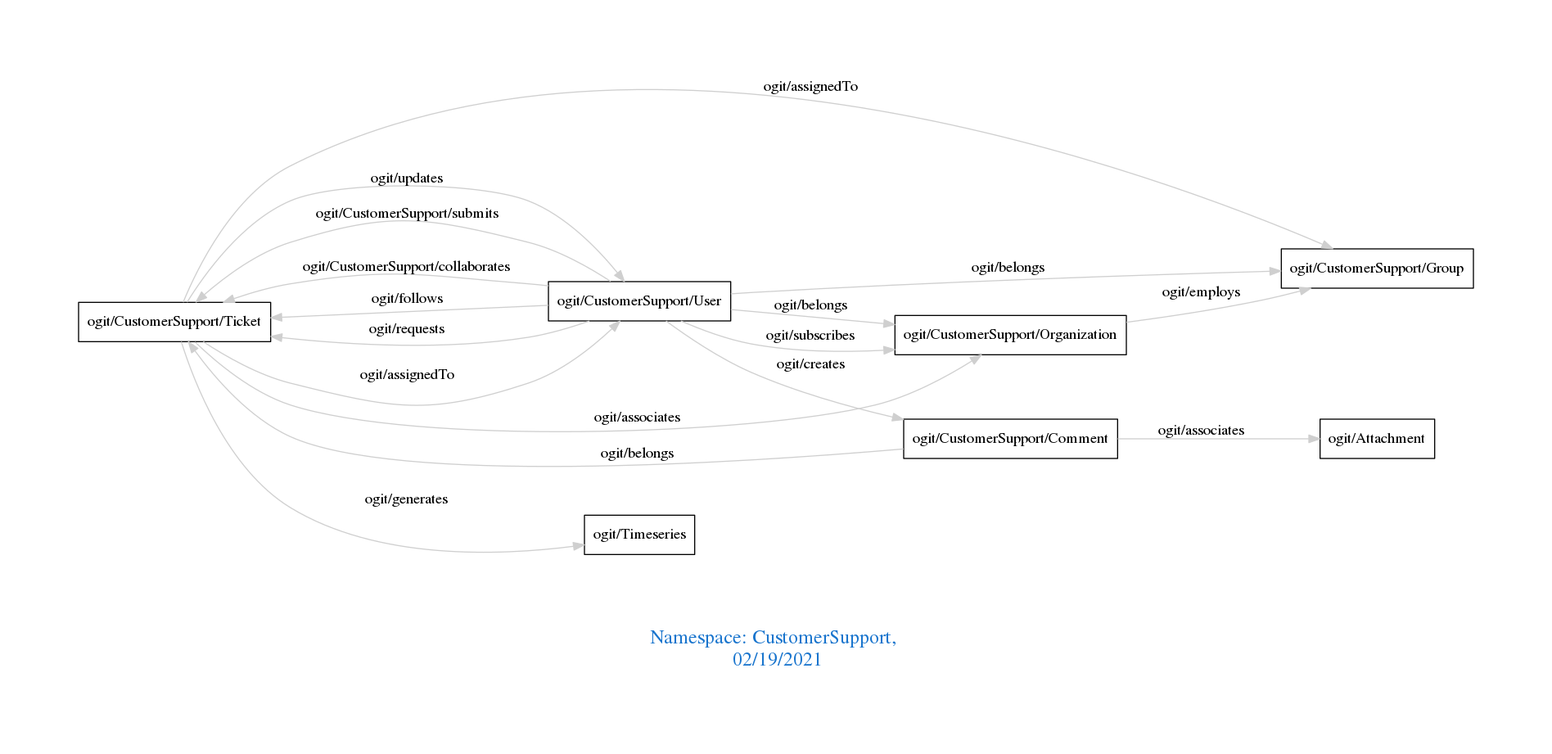
arago/OGIT keeps this Graphviz diagram as downloads/CustomerSupport.png. Above is the earlier version. Its source is kept beside it as downloads/CustomerSupport.dot.
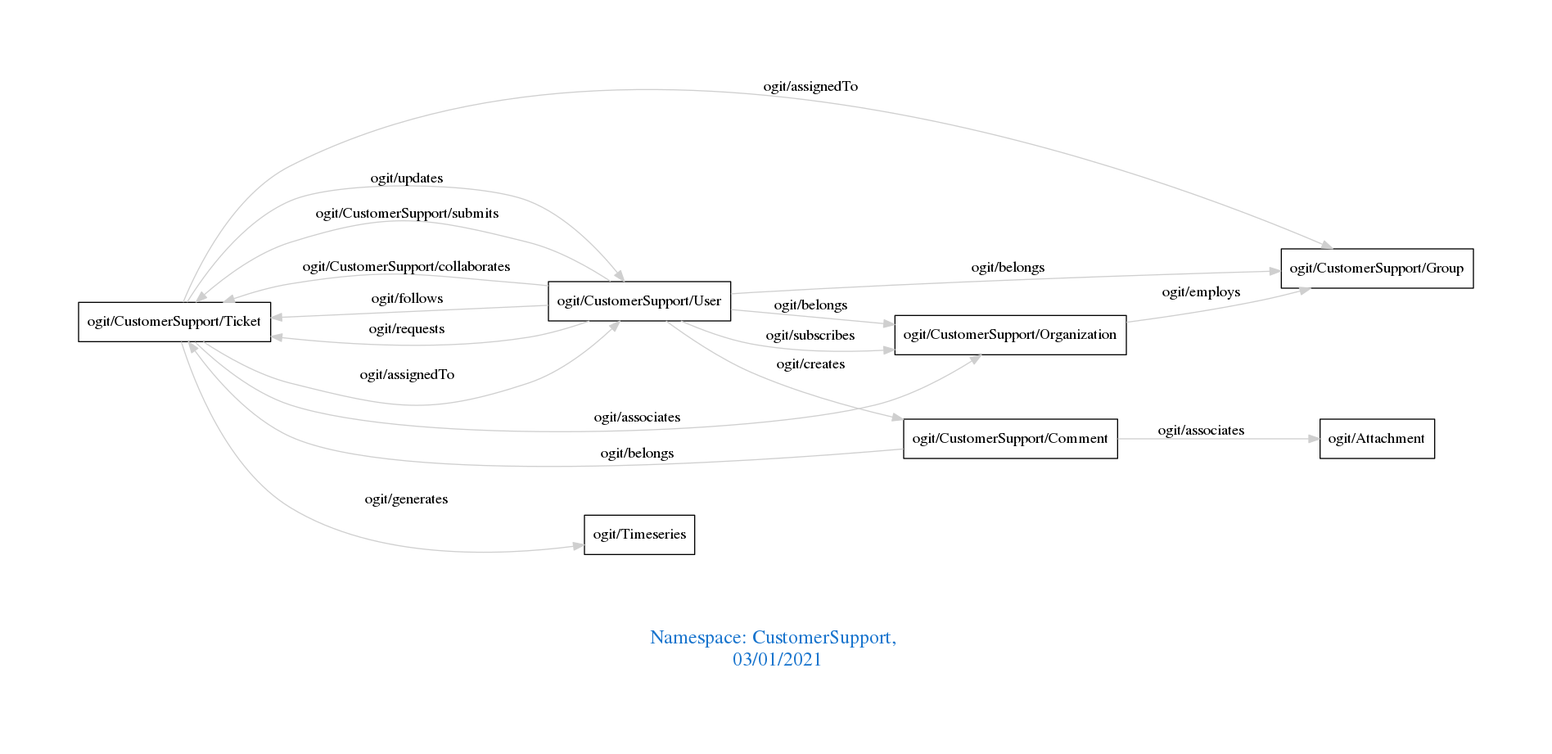
After the commit.

The edit, as a diff of the source:
```diff
@@ -1,7 +1,7 @@
 digraph OGIT_ontology {
  graph [ rankdir= LR,pad=1
 fontsize = 18,
-fontcolor= dodgerblue3,label = "\n\n\nNamespace: CustomerSupport, \n 02/19/2021"];
+fontcolor= dodgerblue3,label = "\n\n\nNamespace: CustomerSupport, \n 03/01/2021"];
 node[shape=polygon];
 edge [  color="gray81"];
 
```
